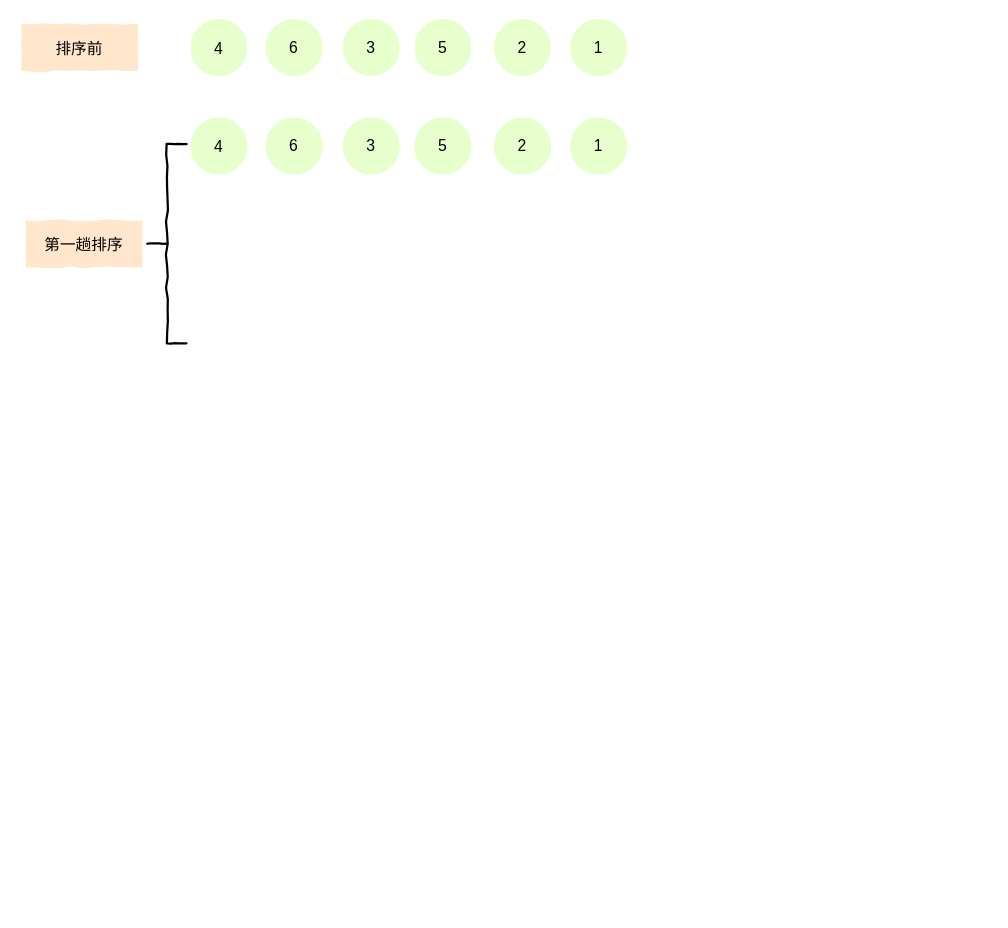
Before: draw/选择排序.drawio in geekymv/blog-image, a draw.io diagram. Source tidied: cells renumbered, new cells numbered last; positions are measured from the earlier drawing's top-left corner, leaving out a move shared by most shapes. Both pictures are drawn from the tidied source at 112%, with x=0, y=0 at pixel (21, 19).
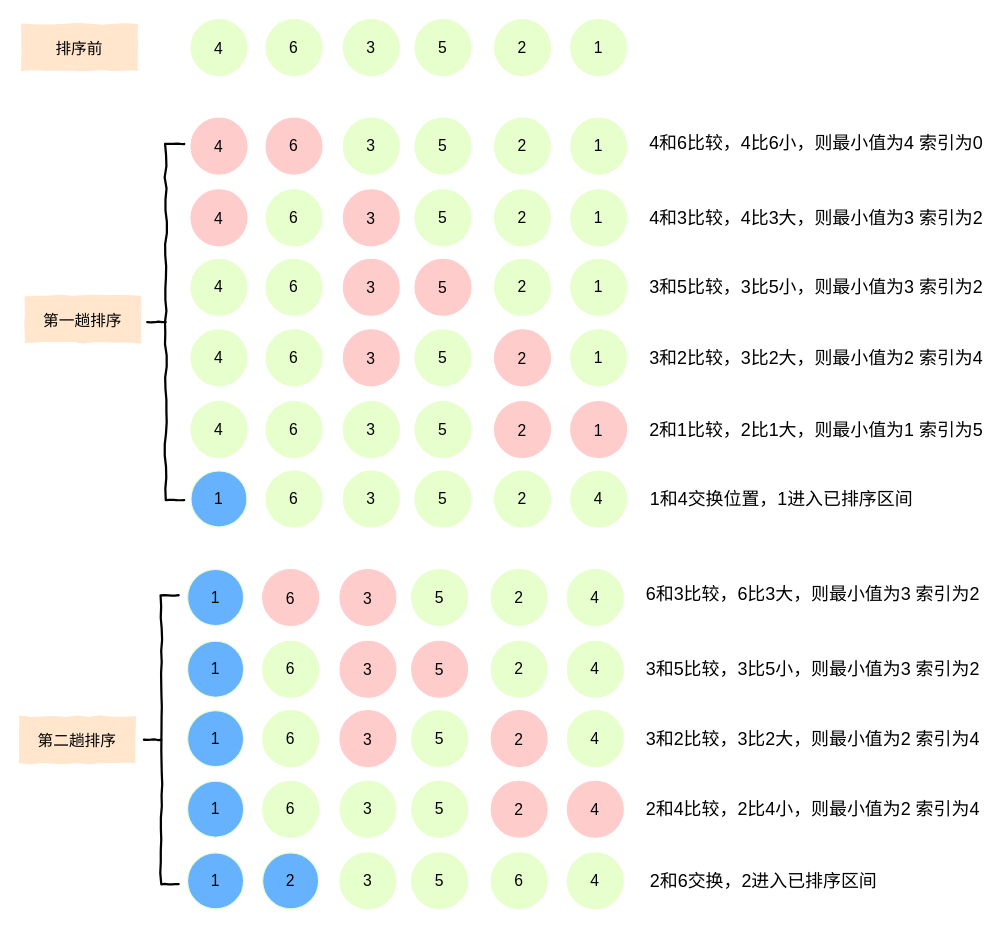
The same diagram, later.

Change to the diagram source:
```diff
@@
     <mxCell id="9" value="&lt;font style=&quot;font-size: 14px&quot;&gt;第一趟排序&lt;/font&gt;" style="rounded=0;whiteSpace=wrap;html=1;shadow=0;glass=0;comic=1;sketch=0;fillColor=#ffe6cc;fontSize=16;strokeColor=#FFE6CC;" parent="1" vertex="1">
-      <mxGeometry x="4" y="179.8" width="103" height="41" as="geometry" />
+      <mxGeometry x="3" y="247" width="103" height="41" as="geometry" />
     </mxCell>
     <mxCell id="10" style="strokeWidth=2;html=1;shape=mxgraph.flowchart.annotation_2;align=left;labelPosition=right;rounded=0;shadow=0;glass=0;comic=1;sketch=0;fillColor=none;" parent="1" vertex="1">
-      <mxGeometry x="112" y="111" width="35" height="178" as="geometry" />
+      <mxGeometry x="112" y="111" width="33" height="318" as="geometry" />
     </mxCell>
-    <mxCell id="11" value="&lt;font style=&quot;font-size: 14px&quot;&gt;4&lt;/font&gt;" style="ellipse;whiteSpace=wrap;html=1;fillColor=#E6FFCC;strokeColor=#E6FFCC;fontSize=16;" parent="1" vertex="1">
+    <mxCell id="11" value="&lt;font style=&quot;font-size: 14px&quot;&gt;4&lt;/font&gt;" style="ellipse;whiteSpace=wrap;html=1;fontSize=16;fillColor=#ffcccc;strokeColor=#ffcccc;" parent="1" vertex="1">
       <mxGeometry x="151" y="88" width="50" height="50" as="geometry" />
     </mxCell>
-    <mxCell id="12" value="&lt;font style=&quot;font-size: 14px&quot;&gt;6&lt;/font&gt;" style="ellipse;whiteSpace=wrap;html=1;fillColor=#E6FFCC;strokeColor=#E6FFCC;" parent="1" vertex="1">
+    <mxCell id="12" value="&lt;font style=&quot;font-size: 14px&quot;&gt;6&lt;/font&gt;" style="ellipse;whiteSpace=wrap;html=1;fillColor=#FFCCCC;strokeColor=#FFCCCC;" parent="1" vertex="1">
       <mxGeometry x="218" y="88" width="50" height="50" as="geometry" />
     </mxCell>
@@
+    <mxCell id="17" value="4和6比较，4比6小，则最小值为4 索引为0" style="text;html=1;align=center;verticalAlign=middle;fillColor=none;strokeColor=none;rounded=0;fontSize=16;" parent="1" vertex="1">
+      <mxGeometry x="555" y="98" width="308" height="23" as="geometry" />
+    </mxCell>
+    <mxCell id="18" value="&lt;font style=&quot;font-size: 14px&quot;&gt;4&lt;/font&gt;" style="ellipse;whiteSpace=wrap;html=1;fontSize=16;fillColor=#ffcccc;strokeColor=#ffcccc;" parent="1" vertex="1">
+      <mxGeometry x="151" y="152" width="50" height="50" as="geometry" />
+    </mxCell>
+    <mxCell id="19" value="&lt;font style=&quot;font-size: 14px&quot;&gt;6&lt;/font&gt;" style="ellipse;whiteSpace=wrap;html=1;fillColor=#E6FFCC;strokeColor=#E6FFCC;" parent="1" vertex="1">
+      <mxGeometry x="218" y="152" width="50" height="50" as="geometry" />
+    </mxCell>
+    <mxCell id="20" value="&lt;font style=&quot;font-size: 14px&quot;&gt;3&lt;/font&gt;" style="ellipse;whiteSpace=wrap;html=1;fillColor=#ffcccc;strokeColor=#ffcccc;fontSize=16;" parent="1" vertex="1">
+      <mxGeometry x="287" y="152" width="50" height="50" as="geometry" />
+    </mxCell>
+    <mxCell id="21" value="&lt;font style=&quot;font-size: 14px&quot;&gt;5&lt;/font&gt;" style="ellipse;whiteSpace=wrap;html=1;fillColor=#E6FFCC;strokeColor=#E6FFCC;" parent="1" vertex="1">
+      <mxGeometry x="351" y="152" width="50" height="50" as="geometry" />
+    </mxCell>
+    <mxCell id="22" value="&lt;font style=&quot;font-size: 14px&quot;&gt;2&lt;/font&gt;" style="ellipse;whiteSpace=wrap;html=1;fillColor=#E6FFCC;strokeColor=#E6FFCC;" parent="1" vertex="1">
+      <mxGeometry x="422" y="152" width="50" height="50" as="geometry" />
+    </mxCell>
+    <mxCell id="23" value="&lt;font style=&quot;font-size: 14px&quot;&gt;1&lt;/font&gt;" style="ellipse;whiteSpace=wrap;html=1;fillColor=#E6FFCC;strokeColor=#E6FFCC;" parent="1" vertex="1">
+      <mxGeometry x="490" y="152" width="50" height="50" as="geometry" />
+    </mxCell>
+    <mxCell id="24" value="4和3比较，4比3大，则最小值为3 索引为2" style="text;html=1;align=center;verticalAlign=middle;fillColor=none;strokeColor=none;rounded=0;fontSize=16;" parent="1" vertex="1">
+      <mxGeometry x="555" y="165.5" width="308" height="23" as="geometry" />
+    </mxCell>
+    <mxCell id="25" value="&lt;font style=&quot;font-size: 14px&quot;&gt;4&lt;/font&gt;" style="ellipse;whiteSpace=wrap;html=1;fontSize=12;fillColor=#E6FFCC;strokeColor=#E6FFCC;" parent="1" vertex="1">
+      <mxGeometry x="151" y="214" width="50" height="50" as="geometry" />
+    </mxCell>
+    <mxCell id="26" value="&lt;font style=&quot;font-size: 14px&quot;&gt;6&lt;/font&gt;" style="ellipse;whiteSpace=wrap;html=1;fillColor=#E6FFCC;strokeColor=#E6FFCC;" parent="1" vertex="1">
+      <mxGeometry x="218" y="214" width="50" height="50" as="geometry" />
+    </mxCell>
+    <mxCell id="27" value="&lt;font style=&quot;font-size: 14px&quot;&gt;3&lt;/font&gt;" style="ellipse;whiteSpace=wrap;html=1;fillColor=#ffcccc;strokeColor=#ffcccc;fontSize=16;" parent="1" vertex="1">
+      <mxGeometry x="287" y="214" width="50" height="50" as="geometry" />
+    </mxCell>
+    <mxCell id="28" value="&lt;font style=&quot;font-size: 14px&quot;&gt;5&lt;/font&gt;" style="ellipse;whiteSpace=wrap;html=1;fillColor=#ffcccc;strokeColor=#ffcccc;fontSize=16;" parent="1" vertex="1">
+      <mxGeometry x="351" y="214" width="50" height="50" as="geometry" />
+    </mxCell>
+    <mxCell id="29" value="&lt;font style=&quot;font-size: 14px&quot;&gt;2&lt;/font&gt;" style="ellipse;whiteSpace=wrap;html=1;fillColor=#E6FFCC;strokeColor=#E6FFCC;" parent="1" vertex="1">
+      <mxGeometry x="422" y="214" width="50" height="50" as="geometry" />
+    </mxCell>
+    <mxCell id="30" value="&lt;font style=&quot;font-size: 14px&quot;&gt;1&lt;/font&gt;" style="ellipse;whiteSpace=wrap;html=1;fillColor=#E6FFCC;strokeColor=#E6FFCC;" parent="1" vertex="1">
+      <mxGeometry x="490" y="214" width="50" height="50" as="geometry" />
+    </mxCell>
+    <mxCell id="31" value="3和5比较，3比5小，则最小值为3 索引为2" style="text;html=1;align=center;verticalAlign=middle;fillColor=none;strokeColor=none;rounded=0;fontSize=16;" parent="1" vertex="1">
+      <mxGeometry x="555" y="227.5" width="308" height="23" as="geometry" />
+    </mxCell>
+    <mxCell id="32" value="&lt;font style=&quot;font-size: 14px&quot;&gt;4&lt;/font&gt;" style="ellipse;whiteSpace=wrap;html=1;fontSize=12;fillColor=#E6FFCC;strokeColor=#E6FFCC;" parent="1" vertex="1">
+      <mxGeometry x="151" y="277" width="50" height="50" as="geometry" />
+    </mxCell>
+    <mxCell id="33" value="&lt;font style=&quot;font-size: 14px&quot;&gt;6&lt;/font&gt;" style="ellipse;whiteSpace=wrap;html=1;fillColor=#E6FFCC;strokeColor=#E6FFCC;" parent="1" vertex="1">
+      <mxGeometry x="218" y="277" width="50" height="50" as="geometry" />
+    </mxCell>
+    <mxCell id="34" value="&lt;font style=&quot;font-size: 14px&quot;&gt;3&lt;/font&gt;" style="ellipse;whiteSpace=wrap;html=1;fillColor=#ffcccc;strokeColor=#ffcccc;fontSize=16;" parent="1" vertex="1">
+      <mxGeometry x="287" y="277" width="50" height="50" as="geometry" />
+    </mxCell>
+    <mxCell id="35" value="&lt;font style=&quot;font-size: 14px&quot;&gt;5&lt;/font&gt;" style="ellipse;whiteSpace=wrap;html=1;fillColor=#E6FFCC;strokeColor=#E6FFCC;fontSize=12;" parent="1" vertex="1">
+      <mxGeometry x="351" y="277" width="50" height="50" as="geometry" />
+    </mxCell>
+    <mxCell id="36" value="&lt;font style=&quot;font-size: 14px&quot;&gt;2&lt;/font&gt;" style="ellipse;whiteSpace=wrap;html=1;fillColor=#ffcccc;strokeColor=#ffcccc;fontSize=16;" parent="1" vertex="1">
+      <mxGeometry x="422" y="277" width="50" height="50" as="geometry" />
+    </mxCell>
+    <mxCell id="37" value="&lt;font style=&quot;font-size: 14px&quot;&gt;1&lt;/font&gt;" style="ellipse;whiteSpace=wrap;html=1;fillColor=#E6FFCC;strokeColor=#E6FFCC;" parent="1" vertex="1">
+      <mxGeometry x="490" y="277" width="50" height="50" as="geometry" />
+    </mxCell>
+    <mxCell id="38" value="3和2比较，3比2大，则最小值为2 索引为4" style="text;html=1;align=center;verticalAlign=middle;fillColor=none;strokeColor=none;rounded=0;fontSize=16;" parent="1" vertex="1">
+      <mxGeometry x="555" y="290.5" width="308" height="23" as="geometry" />
+    </mxCell>
+    <mxCell id="39" value="&lt;font style=&quot;font-size: 14px&quot;&gt;4&lt;/font&gt;" style="ellipse;whiteSpace=wrap;html=1;fontSize=12;fillColor=#E6FFCC;strokeColor=#E6FFCC;" parent="1" vertex="1">
+      <mxGeometry x="151" y="341" width="50" height="50" as="geometry" />
+    </mxCell>
+    <mxCell id="40" value="&lt;font style=&quot;font-size: 14px&quot;&gt;3&lt;/font&gt;" style="ellipse;whiteSpace=wrap;html=1;fillColor=#E6FFCC;strokeColor=#E6FFCC;fontSize=12;" parent="1" vertex="1">
+      <mxGeometry x="287" y="341" width="50" height="50" as="geometry" />
+    </mxCell>
+    <mxCell id="41" value="&lt;font style=&quot;font-size: 14px&quot;&gt;5&lt;/font&gt;" style="ellipse;whiteSpace=wrap;html=1;fillColor=#E6FFCC;strokeColor=#E6FFCC;fontSize=12;" parent="1" vertex="1">
+      <mxGeometry x="351" y="341" width="50" height="50" as="geometry" />
+    </mxCell>
+    <mxCell id="42" value="&lt;font style=&quot;font-size: 14px&quot;&gt;2&lt;/font&gt;" style="ellipse;whiteSpace=wrap;html=1;fillColor=#ffcccc;strokeColor=#ffcccc;fontSize=16;" parent="1" vertex="1">
+      <mxGeometry x="422" y="341" width="50" height="50" as="geometry" />
+    </mxCell>
+    <mxCell id="43" value="&lt;font style=&quot;font-size: 14px&quot;&gt;1&lt;/font&gt;" style="ellipse;whiteSpace=wrap;html=1;fillColor=#ffcccc;strokeColor=#ffcccc;fontSize=16;" parent="1" vertex="1">
+      <mxGeometry x="490" y="341" width="50" height="50" as="geometry" />
+    </mxCell>
+    <mxCell id="44" value="&lt;font style=&quot;font-size: 14px&quot;&gt;6&lt;/font&gt;" style="ellipse;whiteSpace=wrap;html=1;fillColor=#E6FFCC;strokeColor=#E6FFCC;" parent="1" vertex="1">
+      <mxGeometry x="218" y="341" width="50" height="50" as="geometry" />
+    </mxCell>
+    <mxCell id="45" value="2和1比较，2比1大，则最小值为1 索引为5" style="text;html=1;align=center;verticalAlign=middle;fillColor=none;strokeColor=none;rounded=0;fontSize=16;" parent="1" vertex="1">
+      <mxGeometry x="555" y="354.5" width="308" height="23" as="geometry" />
+    </mxCell>
+    <mxCell id="46" value="&lt;span style=&quot;font-size: 14px&quot;&gt;1&lt;/span&gt;" style="ellipse;whiteSpace=wrap;html=1;fontSize=12;strokeColor=#E6FFCC;fillColor=#66b2ff;" parent="1" vertex="1">
+      <mxGeometry x="151" y="403" width="50" height="50" as="geometry" />
+    </mxCell>
+    <mxCell id="47" value="&lt;font style=&quot;font-size: 14px&quot;&gt;3&lt;/font&gt;" style="ellipse;whiteSpace=wrap;html=1;fillColor=#E6FFCC;strokeColor=#E6FFCC;fontSize=12;" parent="1" vertex="1">
+      <mxGeometry x="287" y="403" width="50" height="50" as="geometry" />
+    </mxCell>
+    <mxCell id="48" value="&lt;font style=&quot;font-size: 14px&quot;&gt;5&lt;/font&gt;" style="ellipse;whiteSpace=wrap;html=1;fillColor=#E6FFCC;strokeColor=#E6FFCC;fontSize=12;" parent="1" vertex="1">
+      <mxGeometry x="351" y="403" width="50" height="50" as="geometry" />
+    </mxCell>
+    <mxCell id="49" value="&lt;font style=&quot;font-size: 14px&quot;&gt;2&lt;/font&gt;" style="ellipse;whiteSpace=wrap;html=1;fillColor=#E6FFCC;strokeColor=#E6FFCC;fontSize=12;" parent="1" vertex="1">
+      <mxGeometry x="422" y="403" width="50" height="50" as="geometry" />
+    </mxCell>
+    <mxCell id="50" value="&lt;span style=&quot;font-size: 14px&quot;&gt;4&lt;/span&gt;" style="ellipse;whiteSpace=wrap;html=1;fillColor=#E6FFCC;strokeColor=#E6FFCC;fontSize=12;" parent="1" vertex="1">
+      <mxGeometry x="490" y="403" width="50" height="50" as="geometry" />
+    </mxCell>
+    <mxCell id="51" value="&lt;font style=&quot;font-size: 14px&quot;&gt;6&lt;/font&gt;" style="ellipse;whiteSpace=wrap;html=1;fillColor=#E6FFCC;strokeColor=#E6FFCC;" parent="1" vertex="1">
+      <mxGeometry x="218" y="403" width="50" height="50" as="geometry" />
+    </mxCell>
+    <mxCell id="52" value="1和4交换位置，1进入已排序区间" style="text;html=1;align=center;verticalAlign=middle;fillColor=none;strokeColor=none;rounded=0;fontSize=16;" parent="1" vertex="1">
+      <mxGeometry x="555" y="416.5" width="245" height="23" as="geometry" />
+    </mxCell>
+    <mxCell id="53" value="&lt;font style=&quot;font-size: 14px&quot;&gt;第二趟排序&lt;/font&gt;" style="rounded=0;whiteSpace=wrap;html=1;shadow=0;glass=0;comic=1;sketch=0;fillColor=#ffe6cc;fontSize=16;strokeColor=#FFE6CC;" parent="1" vertex="1">
+      <mxGeometry x="-2" y="622.5" width="103" height="41" as="geometry" />
+    </mxCell>
+    <mxCell id="54" style="strokeWidth=2;html=1;shape=mxgraph.flowchart.annotation_2;align=left;labelPosition=right;rounded=0;shadow=0;glass=0;comic=1;sketch=0;fillColor=none;" parent="1" vertex="1">
+      <mxGeometry x="109" y="514" width="31" height="258" as="geometry" />
+    </mxCell>
+    <mxCell id="55" value="&lt;font style=&quot;font-size: 14px&quot;&gt;1&lt;/font&gt;" style="ellipse;whiteSpace=wrap;html=1;fontSize=12;fillColor=#66b2ff;strokeColor=#E6FFCC;" parent="1" vertex="1">
+      <mxGeometry x="148" y="491" width="50" height="50" as="geometry" />
+    </mxCell>
+    <mxCell id="56" value="&lt;font style=&quot;font-size: 14px&quot;&gt;6&lt;/font&gt;" style="ellipse;whiteSpace=wrap;html=1;fillColor=#ffcccc;strokeColor=#ffcccc;fontSize=16;" parent="1" vertex="1">
+      <mxGeometry x="215" y="491" width="50" height="50" as="geometry" />
+    </mxCell>
+    <mxCell id="57" value="&lt;font style=&quot;font-size: 14px&quot;&gt;3&lt;/font&gt;" style="ellipse;whiteSpace=wrap;html=1;fillColor=#ffcccc;strokeColor=#ffcccc;fontSize=16;" parent="1" vertex="1">
+      <mxGeometry x="284" y="491" width="50" height="50" as="geometry" />
+    </mxCell>
+    <mxCell id="58" value="&lt;font style=&quot;font-size: 14px&quot;&gt;5&lt;/font&gt;" style="ellipse;whiteSpace=wrap;html=1;fillColor=#E6FFCC;strokeColor=#E6FFCC;" parent="1" vertex="1">
+      <mxGeometry x="348" y="491" width="50" height="50" as="geometry" />
+    </mxCell>
+    <mxCell id="59" value="&lt;font style=&quot;font-size: 14px&quot;&gt;2&lt;/font&gt;" style="ellipse;whiteSpace=wrap;html=1;fillColor=#E6FFCC;strokeColor=#E6FFCC;" parent="1" vertex="1">
+      <mxGeometry x="419" y="491" width="50" height="50" as="geometry" />
+    </mxCell>
+    <mxCell id="60" value="&lt;span style=&quot;font-size: 14px&quot;&gt;4&lt;/span&gt;" style="ellipse;whiteSpace=wrap;html=1;fillColor=#E6FFCC;strokeColor=#E6FFCC;" parent="1" vertex="1">
+      <mxGeometry x="487" y="491" width="50" height="50" as="geometry" />
+    </mxCell>
+    <mxCell id="61" value="6和3比较，6比3大，则最小值为3 索引为2" style="text;html=1;align=center;verticalAlign=middle;fillColor=none;strokeColor=none;rounded=0;fontSize=16;" parent="1" vertex="1">
+      <mxGeometry x="552" y="501" width="308" height="23" as="geometry" />
+    </mxCell>
+    <mxCell id="62" value="&lt;font style=&quot;font-size: 14px&quot;&gt;1&lt;/font&gt;" style="ellipse;whiteSpace=wrap;html=1;fontSize=12;fillColor=#66b2ff;strokeColor=#E6FFCC;" parent="1" vertex="1">
+      <mxGeometry x="148" y="555" width="50" height="50" as="geometry" />
+    </mxCell>
+    <mxCell id="63" value="&lt;font style=&quot;font-size: 14px&quot;&gt;6&lt;/font&gt;" style="ellipse;whiteSpace=wrap;html=1;fillColor=#E6FFCC;strokeColor=#E6FFCC;" parent="1" vertex="1">
+      <mxGeometry x="215" y="555" width="50" height="50" as="geometry" />
+    </mxCell>
+    <mxCell id="64" value="&lt;font style=&quot;font-size: 14px&quot;&gt;3&lt;/font&gt;" style="ellipse;whiteSpace=wrap;html=1;fillColor=#ffcccc;strokeColor=#ffcccc;fontSize=16;" parent="1" vertex="1">
+      <mxGeometry x="284" y="555" width="50" height="50" as="geometry" />
+    </mxCell>
+    <mxCell id="65" value="&lt;font style=&quot;font-size: 14px&quot;&gt;5&lt;/font&gt;" style="ellipse;whiteSpace=wrap;html=1;fillColor=#ffcccc;strokeColor=#ffcccc;fontSize=16;" parent="1" vertex="1">
+      <mxGeometry x="348" y="555" width="50" height="50" as="geometry" />
+    </mxCell>
+    <mxCell id="66" value="&lt;font style=&quot;font-size: 14px&quot;&gt;2&lt;/font&gt;" style="ellipse;whiteSpace=wrap;html=1;fillColor=#E6FFCC;strokeColor=#E6FFCC;" parent="1" vertex="1">
+      <mxGeometry x="419" y="555" width="50" height="50" as="geometry" />
+    </mxCell>
+    <mxCell id="67" value="&lt;font style=&quot;font-size: 14px&quot;&gt;4&lt;/font&gt;" style="ellipse;whiteSpace=wrap;html=1;fillColor=#E6FFCC;strokeColor=#E6FFCC;" parent="1" vertex="1">
+      <mxGeometry x="487" y="555" width="50" height="50" as="geometry" />
+    </mxCell>
+    <mxCell id="68" value="3和5比较，3比5小，则最小值为3 索引为2" style="text;html=1;align=center;verticalAlign=middle;fillColor=none;strokeColor=none;rounded=0;fontSize=16;" parent="1" vertex="1">
+      <mxGeometry x="552" y="568.5" width="308" height="23" as="geometry" />
+    </mxCell>
+    <mxCell id="69" value="&lt;font style=&quot;font-size: 14px&quot;&gt;1&lt;/font&gt;" style="ellipse;whiteSpace=wrap;html=1;fontSize=12;fillColor=#66b2ff;strokeColor=#E6FFCC;" parent="1" vertex="1">
+      <mxGeometry x="148" y="617" width="50" height="50" as="geometry" />
+    </mxCell>
+    <mxCell id="70" value="&lt;font style=&quot;font-size: 14px&quot;&gt;6&lt;/font&gt;" style="ellipse;whiteSpace=wrap;html=1;fillColor=#E6FFCC;strokeColor=#E6FFCC;" parent="1" vertex="1">
+      <mxGeometry x="215" y="617" width="50" height="50" as="geometry" />
+    </mxCell>
+    <mxCell id="71" value="&lt;font style=&quot;font-size: 14px&quot;&gt;3&lt;/font&gt;" style="ellipse;whiteSpace=wrap;html=1;fillColor=#ffcccc;strokeColor=#ffcccc;fontSize=16;" parent="1" vertex="1">
+      <mxGeometry x="284" y="617" width="50" height="50" as="geometry" />
+    </mxCell>
+    <mxCell id="72" value="&lt;font style=&quot;font-size: 14px&quot;&gt;5&lt;/font&gt;" style="ellipse;whiteSpace=wrap;html=1;fillColor=#E6FFCC;strokeColor=#E6FFCC;fontSize=12;" parent="1" vertex="1">
+      <mxGeometry x="348" y="617" width="50" height="50" as="geometry" />
+    </mxCell>
+    <mxCell id="73" value="&lt;font style=&quot;font-size: 14px&quot;&gt;2&lt;/font&gt;" style="ellipse;whiteSpace=wrap;html=1;fillColor=#ffcccc;strokeColor=#ffcccc;fontSize=16;" parent="1" vertex="1">
+      <mxGeometry x="419" y="617" width="50" height="50" as="geometry" />
+    </mxCell>
+    <mxCell id="74" value="&lt;font style=&quot;font-size: 14px&quot;&gt;4&lt;/font&gt;" style="ellipse;whiteSpace=wrap;html=1;fillColor=#E6FFCC;strokeColor=#E6FFCC;" parent="1" vertex="1">
+      <mxGeometry x="487" y="617" width="50" height="50" as="geometry" />
+    </mxCell>
+    <mxCell id="75" value="3和2比较，3比2大，则最小值为2 索引为4" style="text;html=1;align=center;verticalAlign=middle;fillColor=none;strokeColor=none;rounded=0;fontSize=16;" parent="1" vertex="1">
+      <mxGeometry x="552" y="630.5" width="308" height="23" as="geometry" />
+    </mxCell>
+    <mxCell id="76" value="&lt;font style=&quot;font-size: 14px&quot;&gt;1&lt;/font&gt;" style="ellipse;whiteSpace=wrap;html=1;fontSize=12;fillColor=#66b2ff;strokeColor=#E6FFCC;" parent="1" vertex="1">
+      <mxGeometry x="148" y="680" width="50" height="50" as="geometry" />
+    </mxCell>
+    <mxCell id="77" value="&lt;font style=&quot;font-size: 14px&quot;&gt;6&lt;/font&gt;" style="ellipse;whiteSpace=wrap;html=1;fillColor=#E6FFCC;strokeColor=#E6FFCC;" parent="1" vertex="1">
+      <mxGeometry x="215" y="680" width="50" height="50" as="geometry" />
+    </mxCell>
+    <mxCell id="78" value="&lt;font style=&quot;font-size: 14px&quot;&gt;3&lt;/font&gt;" style="ellipse;whiteSpace=wrap;html=1;fillColor=#E6FFCC;strokeColor=#E6FFCC;fontSize=12;" parent="1" vertex="1">
+      <mxGeometry x="284" y="680" width="50" height="50" as="geometry" />
+    </mxCell>
+    <mxCell id="79" value="&lt;font style=&quot;font-size: 14px&quot;&gt;5&lt;/font&gt;" style="ellipse;whiteSpace=wrap;html=1;fillColor=#E6FFCC;strokeColor=#E6FFCC;fontSize=12;" parent="1" vertex="1">
+      <mxGeometry x="348" y="680" width="50" height="50" as="geometry" />
+    </mxCell>
+    <mxCell id="80" value="&lt;font style=&quot;font-size: 14px&quot;&gt;2&lt;/font&gt;" style="ellipse;whiteSpace=wrap;html=1;fillColor=#ffcccc;strokeColor=#ffcccc;fontSize=16;" parent="1" vertex="1">
+      <mxGeometry x="419" y="680" width="50" height="50" as="geometry" />
+    </mxCell>
+    <mxCell id="81" value="&lt;font style=&quot;font-size: 14px&quot;&gt;4&lt;/font&gt;" style="ellipse;whiteSpace=wrap;html=1;fillColor=#ffcccc;strokeColor=#ffcccc;fontSize=16;" parent="1" vertex="1">
+      <mxGeometry x="487" y="680" width="50" height="50" as="geometry" />
+    </mxCell>
+    <mxCell id="82" value="2和4比较，2比4小，则最小值为2 索引为4" style="text;html=1;align=center;verticalAlign=middle;fillColor=none;strokeColor=none;rounded=0;fontSize=16;" parent="1" vertex="1">
+      <mxGeometry x="552" y="693.5" width="308" height="23" as="geometry" />
+    </mxCell>
+    <mxCell id="83" value="&lt;font style=&quot;font-size: 14px&quot;&gt;1&lt;/font&gt;" style="ellipse;whiteSpace=wrap;html=1;fontSize=12;fillColor=#66b2ff;strokeColor=#E6FFCC;" parent="1" vertex="1">
+      <mxGeometry x="148" y="744" width="50" height="50" as="geometry" />
+    </mxCell>
+    <mxCell id="84" value="&lt;font style=&quot;font-size: 14px&quot;&gt;3&lt;/font&gt;" style="ellipse;whiteSpace=wrap;html=1;fillColor=#E6FFCC;strokeColor=#E6FFCC;fontSize=12;" parent="1" vertex="1">
+      <mxGeometry x="284" y="744" width="50" height="50" as="geometry" />
+    </mxCell>
+    <mxCell id="85" value="&lt;font style=&quot;font-size: 14px&quot;&gt;5&lt;/font&gt;" style="ellipse;whiteSpace=wrap;html=1;fillColor=#E6FFCC;strokeColor=#E6FFCC;fontSize=12;" parent="1" vertex="1">
+      <mxGeometry x="348" y="744" width="50" height="50" as="geometry" />
+    </mxCell>
+    <mxCell id="86" value="&lt;font style=&quot;font-size: 14px&quot;&gt;6&lt;/font&gt;" style="ellipse;whiteSpace=wrap;html=1;fillColor=#E6FFCC;strokeColor=#E6FFCC;fontSize=12;" parent="1" vertex="1">
+      <mxGeometry x="419" y="744" width="50" height="50" as="geometry" />
+    </mxCell>
+    <mxCell id="87" value="&lt;font style=&quot;font-size: 14px&quot;&gt;4&lt;/font&gt;" style="ellipse;whiteSpace=wrap;html=1;fillColor=#E6FFCC;strokeColor=#E6FFCC;fontSize=12;" parent="1" vertex="1">
+      <mxGeometry x="487" y="744" width="50" height="50" as="geometry" />
+    </mxCell>
+    <mxCell id="88" value="&lt;span style=&quot;font-size: 14px&quot;&gt;2&lt;/span&gt;" style="ellipse;whiteSpace=wrap;html=1;fillColor=#66b2ff;strokeColor=#E6FFCC;" parent="1" vertex="1">
+      <mxGeometry x="215" y="744" width="50" height="50" as="geometry" />
+    </mxCell>
+    <mxCell id="89" value="2和6交换，2进入已排序区间" style="text;html=1;align=center;verticalAlign=middle;fillColor=none;strokeColor=none;rounded=0;fontSize=16;" parent="1" vertex="1">
+      <mxGeometry x="555" y="757.5" width="213" height="23" as="geometry" />
+    </mxCell>
```
